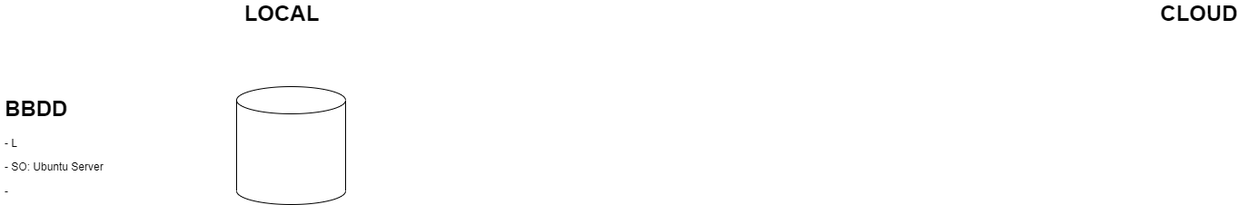
The draw.io diagram nodeanalytica.drawio.png in Block-Mole/diagrams, before a commit. Source tidied: cells renumbered, new cells last; positions are measured from the earlier drawing's top-left corner, leaving out a move shared by most shapes.
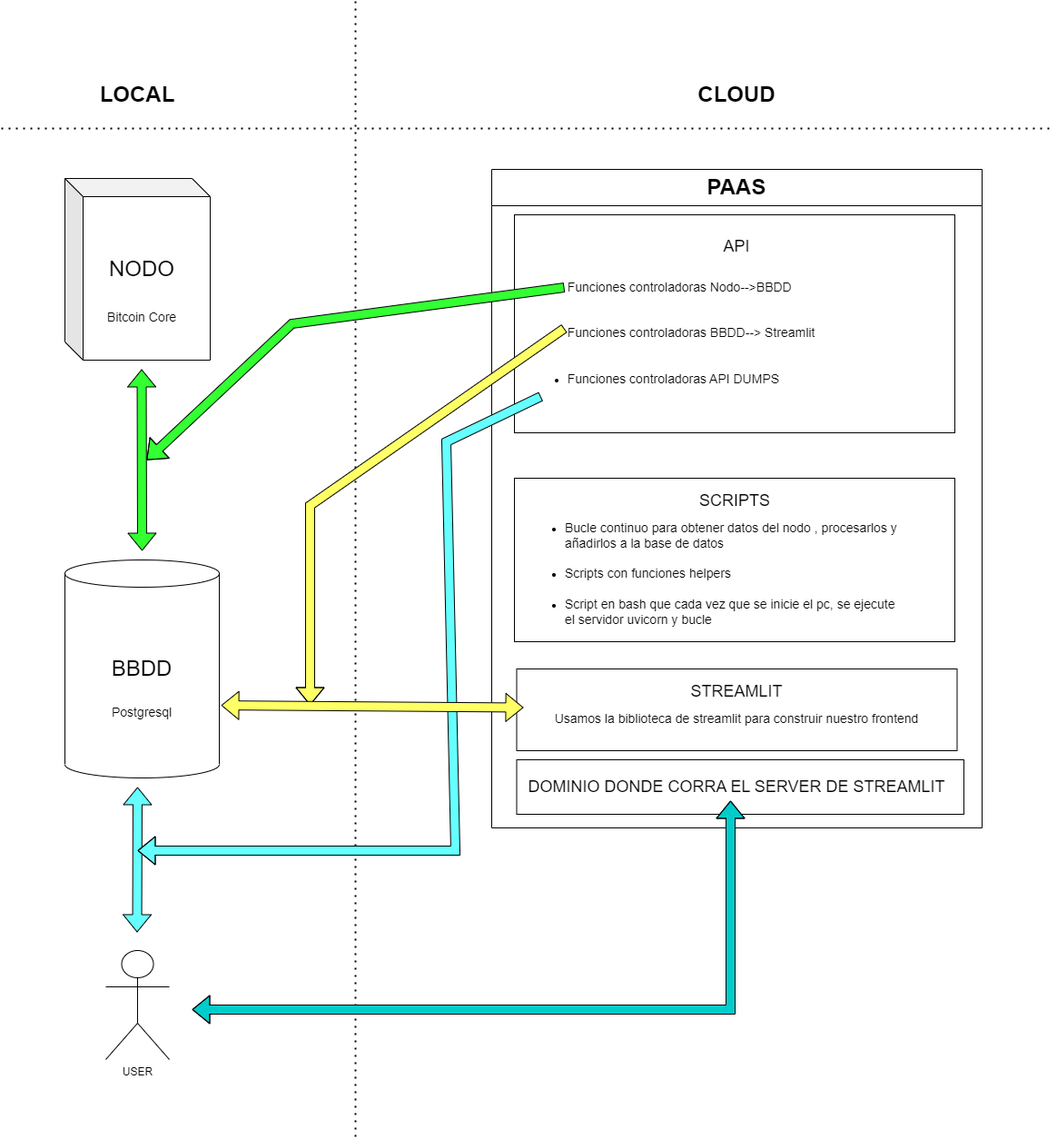
Later version of the same file.

Diff of the diagram source:
```diff
@@ -2,17 +2,133 @@
   <root>
     <mxCell id="0" />
     <mxCell id="1" parent="0" />
+    <mxCell id="6" style="endArrow=none;dashed=1;html=1;dashPattern=1 3;strokeWidth=2;rounded=0;" parent="1" edge="1">
+      <mxGeometry relative="1" as="geometry">
+        <mxPoint x="640" y="560" as="sourcePoint" />
+        <mxPoint x="640" y="-690" as="targetPoint" />
+      </mxGeometry>
+    </mxCell>
     <mxCell id="2" style="shape=cylinder3;whiteSpace=wrap;html=1;boundedLbl=1;backgroundOutline=1;size=15;" parent="1" vertex="1">
-      <mxGeometry x="260" y="95" width="120" height="130" as="geometry" />
+      <mxGeometry x="320" y="-75" width="170" height="240" as="geometry" />
     </mxCell>
     <mxCell id="3" value="&lt;font style=&quot;font-size: 24px;&quot;&gt;&lt;b&gt;LOCAL&lt;/b&gt;&lt;/font&gt;" style="text;html=1;strokeColor=none;fillColor=none;align=center;verticalAlign=middle;whiteSpace=wrap;rounded=0;" parent="1" vertex="1">
-      <mxGeometry x="280" width="60" height="30" as="geometry" />
+      <mxGeometry x="370" y="-602" width="60" height="30" as="geometry" />
     </mxCell>
-    <mxCell id="4" value="&lt;h1&gt;BBDD&lt;/h1&gt;&lt;p&gt;- L&lt;/p&gt;&lt;p&gt;- SO: Ubuntu Server&lt;/p&gt;&lt;p&gt;-&amp;nbsp;&lt;/p&gt;" style="text;html=1;strokeColor=none;fillColor=none;spacing=5;spacingTop=-20;whiteSpace=wrap;overflow=hidden;rounded=0;" parent="1" vertex="1">
-      <mxGeometry y="100" width="190" height="120" as="geometry" />
-    </mxCell>
     <mxCell id="5" value="&lt;span style=&quot;font-size: 24px;&quot;&gt;&lt;b&gt;CLOUD&lt;/b&gt;&lt;/span&gt;" style="text;html=1;strokeColor=none;fillColor=none;align=center;verticalAlign=middle;whiteSpace=wrap;rounded=0;" parent="1" vertex="1">
-      <mxGeometry x="1290" width="60" height="30" as="geometry" />
+      <mxGeometry x="1030" y="-602" width="60" height="30" as="geometry" />
     </mxCell>
+    <mxCell id="7" value="&lt;font style=&quot;font-size: 24px;&quot;&gt;BBDD&lt;/font&gt;" style="text;html=1;strokeColor=none;fillColor=none;align=center;verticalAlign=middle;whiteSpace=wrap;rounded=0;" parent="1" vertex="1">
+      <mxGeometry x="375" y="30" width="60" height="30" as="geometry" />
+    </mxCell>
+    <mxCell id="8" style="shape=cube;whiteSpace=wrap;html=1;boundedLbl=1;backgroundOutline=1;darkOpacity=0.05;darkOpacity2=0.1;size=20;" parent="1" vertex="1">
+      <mxGeometry x="320" y="-495" width="160" height="200" as="geometry" />
+    </mxCell>
+    <mxCell id="9" value="&lt;font style=&quot;font-size: 24px;&quot;&gt;NODO&lt;/font&gt;" style="text;html=1;strokeColor=none;fillColor=none;align=center;verticalAlign=middle;whiteSpace=wrap;rounded=0;" parent="1" vertex="1">
+      <mxGeometry x="375" y="-410" width="60" height="30" as="geometry" />
+    </mxCell>
+    <mxCell id="10" value="&lt;font style=&quot;font-size: 24px;&quot;&gt;PAAS&lt;/font&gt;" style="swimlane;whiteSpace=wrap;html=1;startSize=40;" parent="1" vertex="1">
+      <mxGeometry x="790" y="-505" width="540" height="725" as="geometry" />
+    </mxCell>
+    <mxCell id="11" style="rounded=0;whiteSpace=wrap;html=1;" parent="10" vertex="1">
+      <mxGeometry x="25" y="50" width="485" height="240" as="geometry" />
+    </mxCell>
+    <mxCell id="12" style="rounded=0;whiteSpace=wrap;html=1;" parent="10" vertex="1">
+      <mxGeometry x="27.5" y="650" width="492.5" height="60" as="geometry" />
+    </mxCell>
+    <mxCell id="13" value="&lt;font style=&quot;font-size: 18px;&quot;&gt;API&lt;/font&gt;" style="text;html=1;strokeColor=none;fillColor=none;align=center;verticalAlign=middle;whiteSpace=wrap;rounded=0;" parent="10" vertex="1">
+      <mxGeometry x="240" y="70" width="60" height="30" as="geometry" />
+    </mxCell>
+    <mxCell id="14" value="&lt;ul&gt;&lt;li style=&quot;text-align: left;&quot;&gt;&lt;font style=&quot;font-size: 14px;&quot;&gt;Funciones controladoras Nodo--&amp;gt;BBDD&lt;br&gt;&lt;br&gt;&lt;br&gt;&lt;/font&gt;&lt;/li&gt;&lt;li style=&quot;text-align: left;&quot;&gt;&lt;font style=&quot;font-size: 14px;&quot;&gt;Funciones controladoras BBDD--&amp;gt; Streamlit&lt;br&gt;&lt;br&gt;&lt;br&gt;&lt;/font&gt;&lt;/li&gt;&lt;li style=&quot;text-align: left;&quot;&gt;&lt;font style=&quot;font-size: 14px;&quot;&gt;Funciones controladoras API DUMPS&lt;/font&gt;&lt;/li&gt;&lt;/ul&gt;" style="text;html=1;strokeColor=none;fillColor=none;align=center;verticalAlign=middle;whiteSpace=wrap;rounded=0;" parent="10" vertex="1">
+      <mxGeometry x="40" y="110" width="320" height="140" as="geometry" />
+    </mxCell>
+    <mxCell id="15" style="edgeStyle=orthogonalEdgeStyle;rounded=0;orthogonalLoop=1;jettySize=auto;html=1;exitX=0.5;exitY=1;exitDx=0;exitDy=0;" parent="10" edge="1" source="14" target="14">
+      <mxGeometry relative="1" as="geometry" />
+    </mxCell>
+    <mxCell id="16" style="rounded=0;whiteSpace=wrap;html=1;" parent="10" vertex="1">
+      <mxGeometry x="25" y="340" width="485" height="180" as="geometry" />
+    </mxCell>
+    <mxCell id="17" value="&lt;font style=&quot;font-size: 18px;&quot;&gt;SCRIPTS&lt;/font&gt;" style="text;html=1;strokeColor=none;fillColor=none;align=center;verticalAlign=middle;whiteSpace=wrap;rounded=0;" parent="10" vertex="1">
+      <mxGeometry x="237.5" y="350" width="60" height="30" as="geometry" />
+    </mxCell>
+    <mxCell id="18" value="&lt;ul&gt;&lt;li style=&quot;text-align: left;&quot;&gt;&lt;span style=&quot;font-size: 14px;&quot;&gt;Bucle continuo para obtener datos del nodo , procesarlos y añadirlos a la base de datos&lt;br&gt;&lt;br&gt;&lt;/span&gt;&lt;/li&gt;&lt;li style=&quot;text-align: left;&quot;&gt;&lt;span style=&quot;font-size: 14px;&quot;&gt;Scripts con funciones helpers&lt;br&gt;&lt;br&gt;&lt;/span&gt;&lt;/li&gt;&lt;li style=&quot;text-align: left;&quot;&gt;&lt;span style=&quot;font-size: 14px;&quot;&gt;Script en bash que cada vez que se inicie el pc, se ejecute el servidor uvicorn y bucle&lt;/span&gt;&lt;/li&gt;&lt;/ul&gt;" style="text;html=1;strokeColor=none;fillColor=none;align=center;verticalAlign=middle;whiteSpace=wrap;rounded=0;" parent="10" vertex="1">
+      <mxGeometry x="40" y="390" width="417.5" height="110" as="geometry" />
+    </mxCell>
+    <mxCell id="19" style="rounded=0;whiteSpace=wrap;html=1;" parent="10" vertex="1">
+      <mxGeometry x="27.5" y="550" width="485" height="90" as="geometry" />
+    </mxCell>
+    <mxCell id="20" value="&lt;span style=&quot;font-size: 18px;&quot;&gt;STREAMLIT&lt;/span&gt;" style="text;html=1;strokeColor=none;fillColor=none;align=center;verticalAlign=middle;whiteSpace=wrap;rounded=0;" parent="10" vertex="1">
+      <mxGeometry x="210" y="560" width="120" height="30" as="geometry" />
+    </mxCell>
+    <mxCell id="21" value="&lt;div&gt;&lt;span style=&quot;font-size: 14px;&quot;&gt;Usamos la biblioteca de streamlit para construir nuestro frontend&lt;/span&gt;&lt;/div&gt;" style="text;html=1;strokeColor=none;fillColor=none;align=center;verticalAlign=middle;whiteSpace=wrap;rounded=0;" parent="10" vertex="1">
+      <mxGeometry x="35" y="580" width="470" height="50" as="geometry" />
+    </mxCell>
+    <mxCell id="22" value="&lt;span style=&quot;font-size: 18px;&quot;&gt;DOMINIO DONDE CORRA EL SERVER DE STREAMLIT&lt;/span&gt;" style="text;html=1;strokeColor=none;fillColor=none;align=center;verticalAlign=middle;whiteSpace=wrap;rounded=0;" parent="10" vertex="1">
+      <mxGeometry x="30" y="665" width="480" height="30" as="geometry" />
+    </mxCell>
+    <mxCell id="23" value="&lt;span style=&quot;font-size: 14px;&quot;&gt;Bitcoin Core&lt;/span&gt;" style="text;html=1;strokeColor=none;fillColor=none;align=center;verticalAlign=middle;whiteSpace=wrap;rounded=0;" parent="1" vertex="1">
+      <mxGeometry x="350" y="-355" width="110" height="25" as="geometry" />
+    </mxCell>
+    <mxCell id="24" value="&lt;span style=&quot;font-size: 14px;&quot;&gt;Postgresql&lt;/span&gt;" style="text;html=1;strokeColor=none;fillColor=none;align=center;verticalAlign=middle;whiteSpace=wrap;rounded=0;" parent="1" vertex="1">
+      <mxGeometry x="350" y="80" width="110" height="25" as="geometry" />
+    </mxCell>
+    <mxCell id="25" style="shape=flexArrow;endArrow=classic;startArrow=classic;html=1;rounded=0;fillColor=#33FF33;" parent="1" edge="1">
+      <mxGeometry relative="1" as="geometry">
+        <mxPoint x="405" y="-85" as="sourcePoint" />
+        <mxPoint x="404.5" y="-285" as="targetPoint" />
+      </mxGeometry>
+    </mxCell>
+    <mxCell id="26" style="shape=flexArrow;endArrow=classic;html=1;rounded=0;exitX=0.125;exitY=0.143;exitDx=0;exitDy=0;exitPerimeter=0;fillColor=#33FF33;" parent="1" edge="1" source="14">
+      <mxGeometry relative="1" as="geometry">
+        <mxPoint x="410" y="-185" as="targetPoint" />
+        <Array as="points">
+          <mxPoint x="570" y="-335" />
+        </Array>
+      </mxGeometry>
+    </mxCell>
+    <mxCell id="27" style="shape=flexArrow;endArrow=classic;html=1;rounded=0;exitX=0.125;exitY=0.143;exitDx=0;exitDy=0;exitPerimeter=0;fillColor=#FFFF66;" parent="1" edge="1">
+      <mxGeometry relative="1" as="geometry">
+        <mxPoint x="870" y="-330" as="sourcePoint" />
+        <mxPoint x="590" y="85" as="targetPoint" />
+        <Array as="points">
+          <mxPoint x="590" y="-135" />
+        </Array>
+      </mxGeometry>
+    </mxCell>
+    <mxCell id="28" value="USER" style="shape=umlActor;verticalLabelPosition=bottom;verticalAlign=top;html=1;" parent="1" vertex="1">
+      <mxGeometry x="365" y="355" width="70" height="120" as="geometry" />
+    </mxCell>
+    <mxCell id="29" style="shape=flexArrow;endArrow=classic;startArrow=classic;html=1;rounded=0;fillColor=#66FFFF;" parent="1" edge="1">
+      <mxGeometry relative="1" as="geometry">
+        <mxPoint x="399.5" y="335" as="sourcePoint" />
+        <mxPoint x="400" y="175" as="targetPoint" />
+      </mxGeometry>
+    </mxCell>
+    <mxCell id="30" style="endArrow=none;dashed=1;html=1;dashPattern=1 3;strokeWidth=2;rounded=0;" parent="1" edge="1">
+      <mxGeometry relative="1" as="geometry">
+        <mxPoint x="250" y="-550" as="sourcePoint" />
+        <mxPoint x="1410" y="-550" as="targetPoint" />
+      </mxGeometry>
+    </mxCell>
+    <mxCell id="31" style="shape=flexArrow;endArrow=classic;startArrow=classic;html=1;rounded=0;fillColor=#00CCCC;" parent="1" edge="1">
+      <mxGeometry relative="1" as="geometry">
+        <mxPoint x="460" y="420" as="sourcePoint" />
+        <mxPoint x="1053" y="190" as="targetPoint" />
+        <Array as="points">
+          <mxPoint x="1053" y="420" />
+        </Array>
+      </mxGeometry>
+    </mxCell>
+    <mxCell id="32" style="shape=flexArrow;endArrow=classic;html=1;rounded=0;fillColor=#66FFFF;" parent="1" edge="1" source="14">
+      <mxGeometry relative="1" as="geometry">
+        <mxPoint x="400" y="245" as="targetPoint" />
+        <Array as="points">
+          <mxPoint x="740" y="-205" />
+          <mxPoint x="750" y="245" />
+        </Array>
+      </mxGeometry>
+    </mxCell>
+    <mxCell id="33" style="shape=flexArrow;endArrow=classic;startArrow=classic;html=1;rounded=0;entryX=0;entryY=0.25;entryDx=0;entryDy=0;fillColor=#FFFF66;exitX=1.012;exitY=0.667;exitDx=0;exitDy=0;exitPerimeter=0;" parent="1" edge="1" source="2" target="21">
+      <mxGeometry relative="1" as="geometry" />
+    </mxCell>
   </root>
 </mxGraphModel>
```
